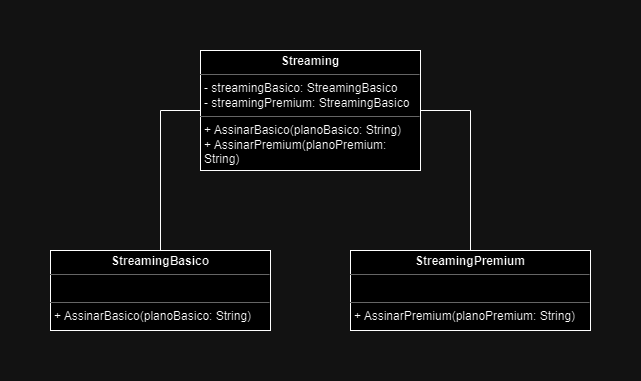
The draw.io diagram Engenharia de Software III/Facade/images/Facade.png in JoaoGRMira/bertoti, before a commit. Source tidied: cells renumbered, new cells last; positions are measured from the earlier drawing's top-left corner, leaving out a move shared by most shapes. Source of this version:
```xml
<mxGraphModel>
  <root>
    <mxCell id="0" />
    <mxCell id="1" parent="0" />
    <mxCell id="2" value="&lt;p style=&quot;margin:0px;margin-top:4px;text-align:center;&quot;&gt;&lt;b&gt;Streaming&lt;/b&gt;&lt;/p&gt;&lt;hr size=&quot;1&quot;&gt;&lt;p style=&quot;margin:0px;margin-left:4px;&quot;&gt;- streamingBasico: StreamingBasico&lt;/p&gt;&lt;p style=&quot;margin:0px;margin-left:4px;&quot;&gt;- streamingPremium: StreamingBasico&lt;/p&gt;&lt;hr size=&quot;1&quot;&gt;&lt;p style=&quot;margin:0px;margin-left:4px;&quot;&gt;+ AssinarBasico(planoBasico: String)&lt;/p&gt;&lt;p style=&quot;margin:0px;margin-left:4px;&quot;&gt;+ AssinarPremium(planoPremium: String)&lt;/p&gt;" style="verticalAlign=top;align=left;overflow=fill;fontSize=12;fontFamily=Helvetica;html=1;whiteSpace=wrap;" parent="1" vertex="1">
      <mxGeometry x="150" width="220" height="120" as="geometry" />
    </mxCell>
    <mxCell id="3" value="&lt;p style=&quot;margin:0px;margin-top:4px;text-align:center;&quot;&gt;&lt;b&gt;StreamingBasico&lt;/b&gt;&lt;/p&gt;&lt;hr size=&quot;1&quot;&gt;&lt;p style=&quot;margin:0px;margin-left:4px;&quot;&gt;&lt;br&gt;&lt;/p&gt;&lt;hr size=&quot;1&quot;&gt;&lt;p style=&quot;margin:0px;margin-left:4px;&quot;&gt;+ AssinarBasico(planoBasico: String)&lt;/p&gt;" style="verticalAlign=top;align=left;overflow=fill;fontSize=12;fontFamily=Helvetica;html=1;whiteSpace=wrap;" parent="1" vertex="1">
      <mxGeometry y="200" width="220" height="80" as="geometry" />
    </mxCell>
    <mxCell id="4" value="&lt;p style=&quot;margin:0px;margin-top:4px;text-align:center;&quot;&gt;&lt;b&gt;StreamingPremium&lt;/b&gt;&lt;/p&gt;&lt;hr size=&quot;1&quot;&gt;&lt;p style=&quot;margin:0px;margin-left:4px;&quot;&gt;&lt;br&gt;&lt;/p&gt;&lt;hr size=&quot;1&quot;&gt;&lt;p style=&quot;margin:0px;margin-left:4px;&quot;&gt;&lt;span style=&quot;background-color: initial;&quot;&gt;+ AssinarPremium(planoPremium: String)&lt;/span&gt;&lt;br&gt;&lt;/p&gt;" style="verticalAlign=top;align=left;overflow=fill;fontSize=12;fontFamily=Helvetica;html=1;whiteSpace=wrap;" parent="1" vertex="1">
      <mxGeometry x="300" y="200" width="240" height="80" as="geometry" />
    </mxCell>
    <mxCell id="5" style="endArrow=none;html=1;rounded=0;exitX=0.5;exitY=0;exitDx=0;exitDy=0;entryX=0;entryY=0.5;entryDx=0;entryDy=0;" parent="1" edge="1" source="3" target="2">
      <mxGeometry relative="1" as="geometry">
        <Array as="points">
          <mxPoint x="110" y="60" />
        </Array>
      </mxGeometry>
    </mxCell>
    <mxCell id="6" style="endArrow=none;html=1;rounded=0;entryX=1;entryY=0.5;entryDx=0;entryDy=0;exitX=0.5;exitY=0;exitDx=0;exitDy=0;" parent="1" edge="1" source="4" target="2">
      <mxGeometry relative="1" as="geometry">
        <Array as="points">
          <mxPoint x="420" y="60" />
        </Array>
      </mxGeometry>
    </mxCell>
  </root>
</mxGraphModel>
```
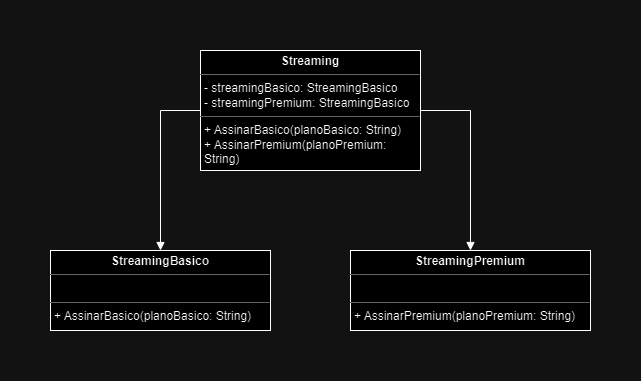
The same file after the commit.

What changed in the source:
```diff
@@ -11,14 +11,14 @@
     <mxCell id="4" value="&lt;p style=&quot;margin:0px;margin-top:4px;text-align:center;&quot;&gt;&lt;b&gt;StreamingPremium&lt;/b&gt;&lt;/p&gt;&lt;hr size=&quot;1&quot;&gt;&lt;p style=&quot;margin:0px;margin-left:4px;&quot;&gt;&lt;br&gt;&lt;/p&gt;&lt;hr size=&quot;1&quot;&gt;&lt;p style=&quot;margin:0px;margin-left:4px;&quot;&gt;&lt;span style=&quot;background-color: initial;&quot;&gt;+ AssinarPremium(planoPremium: String)&lt;/span&gt;&lt;br&gt;&lt;/p&gt;" style="verticalAlign=top;align=left;overflow=fill;fontSize=12;fontFamily=Helvetica;html=1;whiteSpace=wrap;" parent="1" vertex="1">
       <mxGeometry x="300" y="200" width="240" height="80" as="geometry" />
     </mxCell>
-    <mxCell id="5" style="endArrow=none;html=1;rounded=0;exitX=0.5;exitY=0;exitDx=0;exitDy=0;entryX=0;entryY=0.5;entryDx=0;entryDy=0;" parent="1" edge="1" source="3" target="2">
+    <mxCell id="5" style="endArrow=none;html=1;rounded=0;exitX=0.5;exitY=0;exitDx=0;exitDy=0;entryX=0;entryY=0.5;entryDx=0;entryDy=0;startArrow=block;startFill=1;" parent="1" edge="1" source="3" target="2">
       <mxGeometry relative="1" as="geometry">
         <Array as="points">
           <mxPoint x="110" y="60" />
         </Array>
       </mxGeometry>
     </mxCell>
-    <mxCell id="6" style="endArrow=none;html=1;rounded=0;entryX=1;entryY=0.5;entryDx=0;entryDy=0;exitX=0.5;exitY=0;exitDx=0;exitDy=0;" parent="1" edge="1" source="4" target="2">
+    <mxCell id="6" style="endArrow=none;html=1;rounded=0;entryX=1;entryY=0.5;entryDx=0;entryDy=0;exitX=0.5;exitY=0;exitDx=0;exitDy=0;startArrow=block;startFill=1;" parent="1" edge="1" source="4" target="2">
       <mxGeometry relative="1" as="geometry">
         <Array as="points">
           <mxPoint x="420" y="60" />
```
